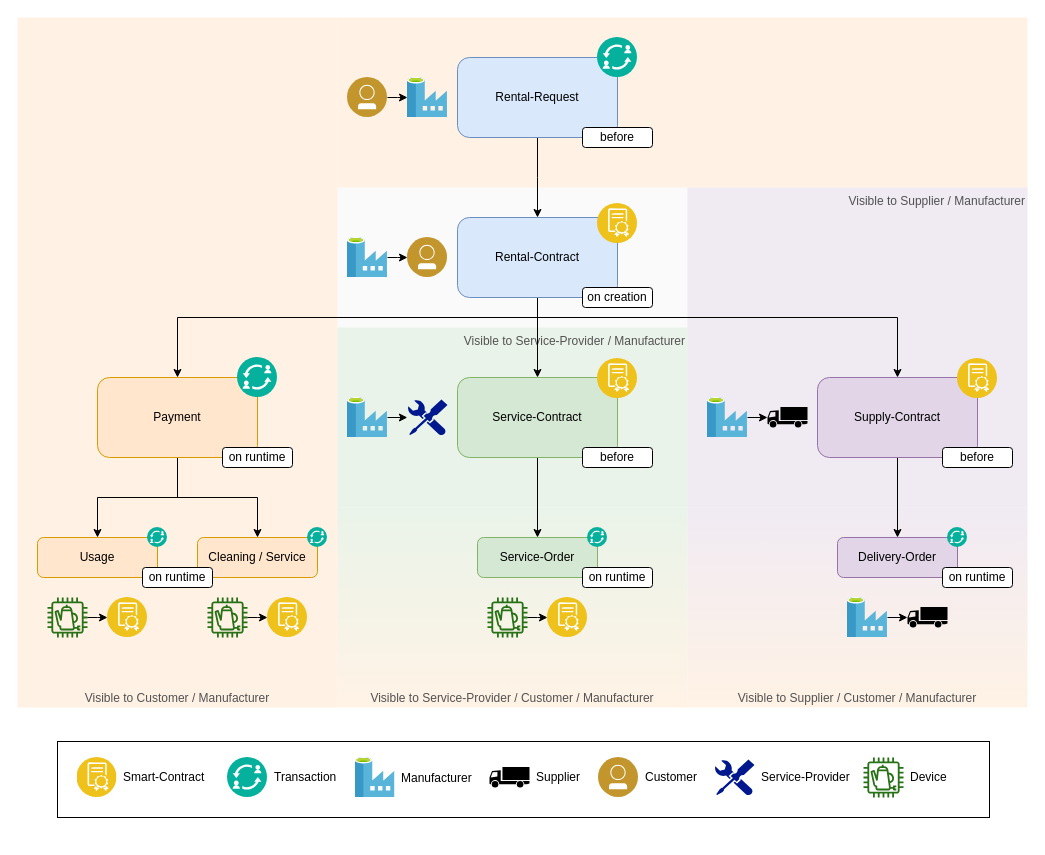
The draw.io diagram iot-usecase/requirements/Contract_Order.drawio in sebastian-kanz/thesis, before the edit. Source tidied: cells renumbered, new cells numbered last; positions are measured from the earlier drawing's top-left corner, leaving out a move shared by most shapes. Both pictures are drawn from the tidied source at 100%, with x=0, y=0 at pixel (17, 17).
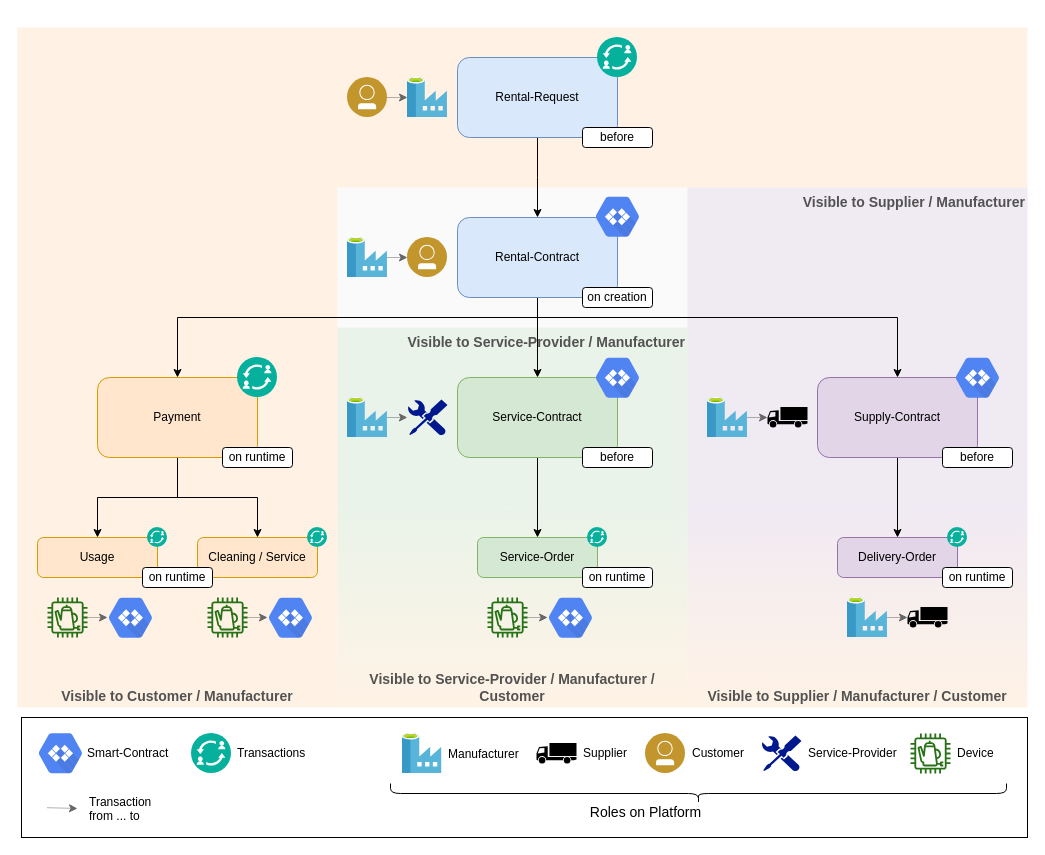
Above is the later version.

The change refers to these unchanged cells:
```xml
<mxCell id="44" style="outlineConnect=0;fontColor=#232F3E;gradientColor=none;fillColor=#277116;strokeColor=none;dashed=0;verticalLabelPosition=bottom;verticalAlign=top;align=center;html=1;fontSize=12;fontStyle=0;shape=mxgraph.aws4.coffee_pot;" parent="43" vertex="1">
  <mxGeometry width="40" height="40" as="geometry" />
</mxCell>
<mxCell id="48" style="outlineConnect=0;fontColor=#232F3E;gradientColor=none;fillColor=#277116;strokeColor=none;dashed=0;verticalLabelPosition=bottom;verticalAlign=top;align=center;html=1;fontSize=12;fontStyle=0;shape=mxgraph.aws4.coffee_pot;" parent="47" vertex="1">
  <mxGeometry width="40" height="40" as="geometry" />
</mxCell>
<mxCell id="51" style="group;" parent="1" vertex="1">
  <mxGeometry x="330" y="60" width="100" height="40" as="geometry" />
</mxCell>
<mxCell id="52" style="html=1;points=[];align=center;image;fontSize=12;image=img/lib/mscae/Data_Factory.svg;" parent="51" vertex="1">
  <mxGeometry x="60" width="40" height="40" as="geometry" />
</mxCell>
<mxCell id="54" style="perimeter=ellipsePerimeter;html=1;align=center;shadow=0;dashed=0;fontColor=#4277BB;labelBackgroundColor=#ffffff;fontSize=12;spacingTop=3;image;image=img/lib/ibm/users/user.svg;" parent="51" vertex="1">
  <mxGeometry width="40" height="40" as="geometry" />
</mxCell>
<mxCell id="55" style="group;" parent="1" vertex="1">
  <mxGeometry x="330" y="220" width="100" height="40" as="geometry" />
</mxCell>
<mxCell id="56" style="perimeter=ellipsePerimeter;html=1;align=center;shadow=0;dashed=0;fontColor=#4277BB;labelBackgroundColor=#ffffff;fontSize=12;spacingTop=3;image;image=img/lib/ibm/users/user.svg;" parent="55" vertex="1">
  <mxGeometry x="60" width="40" height="40" as="geometry" />
</mxCell>
<mxCell id="58" style="html=1;points=[];align=center;image;fontSize=12;image=img/lib/mscae/Data_Factory.svg;" parent="55" vertex="1">
  <mxGeometry width="40" height="40" as="geometry" />
</mxCell>
<mxCell id="59" style="group;" parent="1" vertex="1">
  <mxGeometry x="330" y="380" width="100" height="40" as="geometry" />
</mxCell>
<mxCell id="61" style="html=1;points=[];align=center;image;fontSize=12;image=img/lib/mscae/Data_Factory.svg;" parent="59" vertex="1">
  <mxGeometry width="40" height="40" as="geometry" />
</mxCell>
<mxCell id="63" style="group;" parent="1" vertex="1">
  <mxGeometry x="690" y="380" width="100" height="40" as="geometry" />
</mxCell>
<mxCell id="64" style="shape=mxgraph.signs.transportation.truck_1;html=1;fillColor=#000000;strokeColor=none;verticalLabelPosition=bottom;verticalAlign=top;align=center;" parent="63" vertex="1">
  <mxGeometry x="60" y="9.5" width="40" height="20.6" as="geometry" />
</mxCell>
<mxCell id="66" style="html=1;points=[];align=center;image;fontSize=12;image=img/lib/mscae/Data_Factory.svg;" parent="63" vertex="1">
  <mxGeometry width="40" height="40" as="geometry" />
</mxCell>
<mxCell id="67" style="group;" parent="1" vertex="1">
  <mxGeometry x="830" y="580" width="100" height="40" as="geometry" />
</mxCell>
<mxCell id="68" style="shape=mxgraph.signs.transportation.truck_1;html=1;fillColor=#000000;strokeColor=none;verticalLabelPosition=bottom;verticalAlign=top;align=center;" parent="67" vertex="1">
  <mxGeometry x="60" y="9.5" width="40" height="20.6" as="geometry" />
</mxCell>
<mxCell id="70" style="html=1;points=[];align=center;image;fontSize=12;image=img/lib/mscae/Data_Factory.svg;" parent="67" vertex="1">
  <mxGeometry width="40" height="40" as="geometry" />
</mxCell>
<mxCell id="72" style="outlineConnect=0;fontColor=#232F3E;gradientColor=none;fillColor=#277116;strokeColor=none;dashed=0;verticalLabelPosition=bottom;verticalAlign=top;align=center;html=1;fontSize=12;fontStyle=0;shape=mxgraph.aws4.coffee_pot;" parent="71" vertex="1">
  <mxGeometry width="40" height="40" as="geometry" />
</mxCell>
```

Change to the diagram source:
```diff
@@
-    <mxCell id="2" value="Visible to Supplier / Customer / Manufacturer" style="rounded=0;whiteSpace=wrap;html=1;strokeColor=none;fillColor=#E1D5E7;opacity=50;align=center;verticalAlign=bottom;fontColor=#525252;gradientColor=#FFE6CC;gradientDirection=south;" parent="1" vertex="1">
+    <mxCell id="2" value="Visible to Supplier / Manufacturer&amp;nbsp;/ Customer" style="rounded=0;whiteSpace=wrap;html=1;strokeColor=none;fillColor=#E1D5E7;opacity=50;align=center;verticalAlign=bottom;fontColor=#525252;gradientColor=#FFE6CC;gradientDirection=south;fontSize=14;fontStyle=1;" parent="1" vertex="1">
       <mxGeometry x="670" y="490" width="340" height="200" as="geometry" />
     </mxCell>
-    <mxCell id="3" value="Visible to Service-Provider / Customer / Manufacturer" style="rounded=0;whiteSpace=wrap;html=1;strokeColor=none;fillColor=#D5E8D4;opacity=50;align=center;verticalAlign=bottom;fontColor=#525252;gradientColor=#FFE6CC;gradientDirection=south;" parent="1" vertex="1">
+    <mxCell id="3" value="Visible to Service-Provider / Manufacturer&amp;nbsp;/ Customer" style="rounded=0;whiteSpace=wrap;html=1;strokeColor=none;fillColor=#D5E8D4;opacity=50;align=center;verticalAlign=bottom;fontColor=#525252;gradientColor=#FFE6CC;gradientDirection=south;fontSize=14;fontStyle=1;" parent="1" vertex="1">
       <mxGeometry x="320" y="490" width="350" height="200" as="geometry" />
     </mxCell>
@@
-    <mxCell id="5" value="Visible to Service-Provider / Manufacturer" style="rounded=0;whiteSpace=wrap;html=1;strokeColor=none;fillColor=#D5E8D4;opacity=50;verticalAlign=top;align=right;fontColor=#525252;gradientColor=none;" parent="1" vertex="1">
+    <mxCell id="5" value="Visible to Service-Provider / Manufacturer" style="rounded=0;whiteSpace=wrap;html=1;strokeColor=none;fillColor=#D5E8D4;opacity=50;verticalAlign=top;align=right;fontColor=#525252;gradientColor=none;fontSize=14;fontStyle=1;" parent="1" vertex="1">
       <mxGeometry x="320" y="310" width="350" height="180" as="geometry" />
     </mxCell>
-    <mxCell id="6" value="Visible to Supplier / Manufacturer" style="rounded=0;whiteSpace=wrap;html=1;strokeColor=none;fillColor=#E1D5E7;opacity=50;align=right;verticalAlign=top;fontColor=#525252;" parent="1" vertex="1">
+    <mxCell id="6" value="Visible to Supplier / Manufacturer" style="rounded=0;whiteSpace=wrap;html=1;strokeColor=none;fillColor=#E1D5E7;opacity=50;align=right;verticalAlign=top;fontColor=#525252;fontSize=14;fontStyle=1;" parent="1" vertex="1">
       <mxGeometry x="670" y="170" width="340" height="320" as="geometry" />
     </mxCell>
     <mxCell id="7" style="rounded=0;whiteSpace=wrap;html=1;strokeColor=none;fillColor=#FFE6CC;opacity=50;" parent="1" vertex="1">
-      <mxGeometry x="320" width="690" height="170" as="geometry" />
+      <mxGeometry x="320" y="10" width="690" height="160" as="geometry" />
     </mxCell>
-    <mxCell id="8" value="Visible to Customer / Manufacturer" style="rounded=0;whiteSpace=wrap;html=1;strokeColor=none;fillColor=#FFE6CC;opacity=50;verticalAlign=bottom;align=center;fontColor=#525252;" parent="1" vertex="1">
-      <mxGeometry width="320" height="690" as="geometry" />
+    <mxCell id="8" value="Visible to Customer / Manufacturer" style="rounded=0;whiteSpace=wrap;html=1;strokeColor=none;fillColor=#FFE6CC;opacity=50;verticalAlign=bottom;align=center;fontColor=#525252;fontSize=14;fontStyle=1;" parent="1" vertex="1">
+      <mxGeometry y="10" width="320" height="680" as="geometry" />
     </mxCell>
@@
-    <mxCell id="27" style="perimeter=ellipsePerimeter;html=1;align=center;shadow=0;dashed=0;fontColor=#4277BB;labelBackgroundColor=#ffffff;fontSize=12;spacingTop=3;image;image=img/lib/ibm/blockchain/smart_contract.svg;" parent="1" vertex="1">
-      <mxGeometry x="580" y="186" width="40" height="40" as="geometry" />
-    </mxCell>
-    <mxCell id="28" style="perimeter=ellipsePerimeter;html=1;align=center;shadow=0;dashed=0;fontColor=#4277BB;labelBackgroundColor=#ffffff;fontSize=12;spacingTop=3;image;image=img/lib/ibm/blockchain/smart_contract.svg;" parent="1" vertex="1">
-      <mxGeometry x="580" y="341" width="40" height="40" as="geometry" />
-    </mxCell>
-    <mxCell id="29" style="perimeter=ellipsePerimeter;html=1;align=center;shadow=0;dashed=0;fontColor=#4277BB;labelBackgroundColor=#ffffff;fontSize=12;spacingTop=3;image;image=img/lib/ibm/blockchain/smart_contract.svg;" parent="1" vertex="1">
-      <mxGeometry x="940" y="341" width="40" height="40" as="geometry" />
-    </mxCell>
@@
     <mxCell id="43" style="group;" parent="1" vertex="1">
-      <mxGeometry x="190" y="580" width="100" height="40" as="geometry" />
+      <mxGeometry x="190" y="580" width="100" height="48.5" as="geometry" />
     </mxCell>
@@
-    <mxCell id="45" style="perimeter=ellipsePerimeter;html=1;align=center;shadow=0;dashed=0;fontColor=#4277BB;labelBackgroundColor=#ffffff;fontSize=12;spacingTop=3;image;image=img/lib/ibm/blockchain/smart_contract.svg;" parent="43" vertex="1">
-      <mxGeometry x="60" width="40" height="40" as="geometry" />
-    </mxCell>
-    <mxCell id="46" style="edgeStyle=elbowEdgeStyle;rounded=0;jettySize=auto;elbow=vertical;html=1;entryX=0;entryY=0.5;entryDx=0;entryDy=0;" parent="43" edge="1" source="44" target="45">
-      <mxGeometry relative="1" as="geometry" />
+    <mxCell id="46" style="edgeStyle=elbowEdgeStyle;rounded=0;jettySize=auto;elbow=vertical;html=1;entryX=0;entryY=0.5;entryDx=0;entryDy=0;fillColor=#f5f5f5;strokeColor=#666666;dashed=1;dashPattern=1 1;" parent="43" edge="1" source="44">
+      <mxGeometry relative="1" as="geometry">
+        <mxPoint x="60" y="20" as="targetPoint" />
+      </mxGeometry>
     </mxCell>
+    <mxCell id="98" style="html=1;fillColor=#5184F3;strokeColor=none;verticalAlign=top;labelPosition=center;verticalLabelPosition=bottom;align=center;spacingTop=-6;fontSize=11;fontStyle=1;fontColor=#999999;shape=mxgraph.gcp2.hexIcon;prIcon=cloud_code;" parent="43" vertex="1">
+      <mxGeometry x="50" y="-9" width="66" height="58.5" as="geometry" />
+    </mxCell>
     <mxCell id="47" style="group;" parent="1" vertex="1">
-      <mxGeometry x="470" y="580" width="100" height="40" as="geometry" />
+      <mxGeometry x="470" y="580" width="100" height="48.5" as="geometry" />
     </mxCell>
@@
-    <mxCell id="49" style="perimeter=ellipsePerimeter;html=1;align=center;shadow=0;dashed=0;fontColor=#4277BB;labelBackgroundColor=#ffffff;fontSize=12;spacingTop=3;image;image=img/lib/ibm/blockchain/smart_contract.svg;" parent="47" vertex="1">
-      <mxGeometry x="60" width="40" height="40" as="geometry" />
-    </mxCell>
-    <mxCell id="50" style="edgeStyle=elbowEdgeStyle;rounded=0;jettySize=auto;elbow=vertical;html=1;entryX=0;entryY=0.5;entryDx=0;entryDy=0;" parent="47" edge="1" source="48" target="49">
-      <mxGeometry relative="1" as="geometry" />
+    <mxCell id="50" style="edgeStyle=elbowEdgeStyle;rounded=0;jettySize=auto;elbow=vertical;html=1;entryX=0;entryY=0.5;entryDx=0;entryDy=0;fillColor=#f5f5f5;strokeColor=#666666;dashed=1;dashPattern=1 1;" parent="47" edge="1" source="48">
+      <mxGeometry relative="1" as="geometry">
+        <mxPoint x="60.1" y="20" as="targetPoint" />
+      </mxGeometry>
     </mxCell>
+    <mxCell id="99" style="html=1;fillColor=#5184F3;strokeColor=none;verticalAlign=top;labelPosition=center;verticalLabelPosition=bottom;align=center;spacingTop=-6;fontSize=11;fontStyle=1;fontColor=#999999;shape=mxgraph.gcp2.hexIcon;prIcon=cloud_code;" parent="47" vertex="1">
+      <mxGeometry x="50" y="-9" width="66" height="58.5" as="geometry" />
+    </mxCell>
@@
-    <mxCell id="53" style="edgeStyle=elbowEdgeStyle;rounded=0;jettySize=auto;elbow=vertical;html=1;" parent="51" edge="1" source="54" target="52">
+    <mxCell id="53" style="edgeStyle=elbowEdgeStyle;rounded=0;jettySize=auto;elbow=vertical;html=1;fillColor=#f5f5f5;strokeColor=#666666;dashed=1;dashPattern=1 1;" parent="51" edge="1" source="54" target="52">
       <mxGeometry relative="1" as="geometry" />
     </mxCell>
@@
-    <mxCell id="57" style="edgeStyle=elbowEdgeStyle;rounded=0;jettySize=auto;elbow=vertical;html=1;entryX=0;entryY=0.5;entryDx=0;entryDy=0;" parent="55" edge="1" source="58" target="56">
+    <mxCell id="57" style="edgeStyle=elbowEdgeStyle;rounded=0;jettySize=auto;elbow=vertical;html=1;entryX=0;entryY=0.5;entryDx=0;entryDy=0;fillColor=#f5f5f5;strokeColor=#666666;dashed=1;dashPattern=1 1;" parent="55" edge="1" source="58" target="56">
       <mxGeometry relative="1" as="geometry" />
     </mxCell>
@@
-    <mxCell id="60" style="edgeStyle=elbowEdgeStyle;rounded=0;jettySize=auto;elbow=vertical;html=1;entryX=0;entryY=0.5;entryDx=0;entryDy=0;" parent="59" edge="1" source="61">
+    <mxCell id="60" style="edgeStyle=elbowEdgeStyle;rounded=0;jettySize=auto;elbow=vertical;html=1;entryX=0;entryY=0.5;entryDx=0;entryDy=0;fillColor=#f5f5f5;strokeColor=#666666;dashed=1;dashPattern=1 1;" parent="59" edge="1" source="61">
       <mxGeometry relative="1" as="geometry">
         <mxPoint x="59.9" y="20.3" as="targetPoint" />
         <Array as="points">
           <mxPoint x="50" y="20" />
         </Array>
       </mxGeometry>
     </mxCell>
@@
-    <mxCell id="65" style="edgeStyle=elbowEdgeStyle;rounded=0;jettySize=auto;elbow=vertical;html=1;entryX=0;entryY=0.5;entryDx=0;entryDy=0;entryPerimeter=0;" parent="63" edge="1" source="66" target="64">
+    <mxCell id="65" style="edgeStyle=elbowEdgeStyle;rounded=0;jettySize=auto;elbow=vertical;html=1;entryX=0;entryY=0.5;entryDx=0;entryDy=0;entryPerimeter=0;fillColor=#f5f5f5;strokeColor=#666666;dashed=1;dashPattern=1 1;" parent="63" edge="1" source="66" target="64">
       <mxGeometry relative="1" as="geometry">
         <Array as="points">
           <mxPoint x="50" y="20" />
         </Array>
       </mxGeometry>
     </mxCell>
@@
-    <mxCell id="69" style="edgeStyle=elbowEdgeStyle;rounded=0;jettySize=auto;elbow=vertical;html=1;entryX=0;entryY=0.5;entryDx=0;entryDy=0;entryPerimeter=0;" parent="67" edge="1" source="70" target="68">
+    <mxCell id="69" style="edgeStyle=elbowEdgeStyle;rounded=0;jettySize=auto;elbow=vertical;html=1;entryX=0;entryY=0.5;entryDx=0;entryDy=0;entryPerimeter=0;dashed=1;dashPattern=1 1;fillColor=#f5f5f5;strokeColor=#666666;" parent="67" edge="1" source="70" target="68">
       <mxGeometry relative="1" as="geometry">
         <Array as="points">
           <mxPoint x="50" y="20" />
         </Array>
       </mxGeometry>
     </mxCell>
@@
     <mxCell id="71" style="group;" parent="1" vertex="1">
-      <mxGeometry x="30" y="580" width="100" height="40" as="geometry" />
+      <mxGeometry x="30" y="580" width="100" height="48.5" as="geometry" />
     </mxCell>
@@
-    <mxCell id="73" style="perimeter=ellipsePerimeter;html=1;align=center;shadow=0;dashed=0;fontColor=#4277BB;labelBackgroundColor=#ffffff;fontSize=12;spacingTop=3;image;image=img/lib/ibm/blockchain/smart_contract.svg;" parent="71" vertex="1">
-      <mxGeometry x="60" width="40" height="40" as="geometry" />
-    </mxCell>
-    <mxCell id="74" style="edgeStyle=elbowEdgeStyle;rounded=0;jettySize=auto;elbow=vertical;html=1;entryX=0;entryY=0.5;entryDx=0;entryDy=0;" parent="71" edge="1" source="72" target="73">
-      <mxGeometry relative="1" as="geometry" />
+    <mxCell id="74" style="edgeStyle=elbowEdgeStyle;rounded=0;jettySize=auto;elbow=vertical;html=1;entryX=0;entryY=0.5;entryDx=0;entryDy=0;dashed=1;dashPattern=1 1;fillColor=#f5f5f5;strokeColor=#666666;" parent="71" edge="1" source="72">
+      <mxGeometry relative="1" as="geometry">
+        <mxPoint x="60" y="20" as="targetPoint" />
+      </mxGeometry>
     </mxCell>
-    <mxCell id="75" style="group;" parent="1" vertex="1">
-      <mxGeometry x="40" y="724" width="932" height="76" as="geometry" />
-    </mxCell>
+    <mxCell id="100" style="html=1;fillColor=#5184F3;strokeColor=none;verticalAlign=top;labelPosition=center;verticalLabelPosition=bottom;align=center;spacingTop=-6;fontSize=11;fontStyle=1;fontColor=#999999;shape=mxgraph.gcp2.hexIcon;prIcon=cloud_code;" parent="71" vertex="1">
+      <mxGeometry x="50" y="-9" width="66" height="58.5" as="geometry" />
+    </mxCell>
-    <mxCell id="76" style="rounded=0;whiteSpace=wrap;html=1;" parent="75" vertex="1">
-      <mxGeometry width="932" height="76" as="geometry" />
+    <mxCell id="76" style="rounded=0;whiteSpace=wrap;html=1;" parent="1" vertex="1">
+      <mxGeometry x="4" y="700" width="1006" height="120" as="geometry" />
     </mxCell>
-    <mxCell id="77" style="group;" parent="75" vertex="1">
-      <mxGeometry x="19.5" y="16" width="144.5" height="40" as="geometry" />
+    <mxCell id="77" style="group;" parent="1" vertex="1">
+      <mxGeometry x="23.5" y="716" width="144.5" height="49.5" as="geometry" />
     </mxCell>
-    <mxCell id="78" style="perimeter=ellipsePerimeter;html=1;align=center;shadow=0;dashed=0;fontColor=#4277BB;labelBackgroundColor=#ffffff;fontSize=12;spacingTop=3;image;image=img/lib/ibm/blockchain/smart_contract.svg;" parent="77" vertex="1">
-      <mxGeometry width="40" height="40" as="geometry" />
-    </mxCell>
@@
+    <mxCell id="101" style="html=1;fillColor=#5184F3;strokeColor=none;verticalAlign=top;labelPosition=center;verticalLabelPosition=bottom;align=center;spacingTop=-6;fontSize=11;fontStyle=1;fontColor=#999999;shape=mxgraph.gcp2.hexIcon;prIcon=cloud_code;" parent="77" vertex="1">
+      <mxGeometry x="-13.5" y="-9.5" width="66" height="58.5" as="geometry" />
+    </mxCell>
-    <mxCell id="80" style="group;" parent="75" vertex="1">
-      <mxGeometry x="170" y="16" width="124.5" height="40" as="geometry" />
+    <mxCell id="80" style="group;" parent="1" vertex="1">
+      <mxGeometry x="174" y="716" width="124.5" height="40" as="geometry" />
     </mxCell>
@@
-    <mxCell id="82" value="Transaction" style="text;html=1;align=left;verticalAlign=top;spacingTop=-4;" parent="80" vertex="1">
-      <mxGeometry x="44.5" y="10" width="80" height="20" as="geometry" />
+    <mxCell id="82" value="Transactions" style="text;html=1;align=left;verticalAlign=top;spacingTop=-4;" parent="80" vertex="1">
+      <mxGeometry x="43.5" y="10" width="80" height="20" as="geometry" />
     </mxCell>
-    <mxCell id="83" style="group;" parent="75" vertex="1">
-      <mxGeometry x="297.5" y="16" width="134.5" height="40" as="geometry" />
+    <mxCell id="83" style="group;" parent="1" vertex="1">
+      <mxGeometry x="384.5" y="716" width="134.5" height="40" as="geometry" />
     </mxCell>
@@
-    <mxCell id="86" style="group;" parent="75" vertex="1">
-      <mxGeometry x="432" y="25.5" width="104.5" height="20.6" as="geometry" />
+    <mxCell id="86" style="group;" parent="1" vertex="1">
+      <mxGeometry x="519" y="725.5" width="104.5" height="20.6" as="geometry" />
     </mxCell>
@@
-    <mxCell id="89" style="group;" parent="75" vertex="1">
-      <mxGeometry x="541" y="16" width="114.5" height="40" as="geometry" />
+    <mxCell id="89" style="group;" parent="1" vertex="1">
+      <mxGeometry x="628" y="716" width="114.5" height="40" as="geometry" />
     </mxCell>
@@
-    <mxCell id="92" style="group;" parent="75" vertex="1">
-      <mxGeometry x="657" y="18" width="144.5" height="36" as="geometry" />
+    <mxCell id="92" style="group;" parent="1" vertex="1">
+      <mxGeometry x="744" y="718" width="144.5" height="36" as="geometry" />
     </mxCell>
@@
-    <mxCell id="95" style="group;" parent="75" vertex="1">
-      <mxGeometry x="806" y="16" width="94.5" height="40" as="geometry" />
+    <mxCell id="95" style="group;" parent="1" vertex="1">
+      <mxGeometry x="893" y="716" width="94.5" height="40" as="geometry" />
     </mxCell>
@@
+    <mxCell id="102" style="html=1;fillColor=#5184F3;strokeColor=none;verticalAlign=top;labelPosition=center;verticalLabelPosition=bottom;align=center;spacingTop=-6;fontSize=11;fontStyle=1;fontColor=#999999;shape=mxgraph.gcp2.hexIcon;prIcon=cloud_code;" parent="1" vertex="1">
+      <mxGeometry x="567" y="170" width="66" height="58.5" as="geometry" />
+    </mxCell>
+    <mxCell id="103" style="html=1;fillColor=#5184F3;strokeColor=none;verticalAlign=top;labelPosition=center;verticalLabelPosition=bottom;align=center;spacingTop=-6;fontSize=11;fontStyle=1;fontColor=#999999;shape=mxgraph.gcp2.hexIcon;prIcon=cloud_code;" parent="1" vertex="1">
+      <mxGeometry x="567" y="331" width="66" height="58.5" as="geometry" />
+    </mxCell>
+    <mxCell id="104" style="html=1;fillColor=#5184F3;strokeColor=none;verticalAlign=top;labelPosition=center;verticalLabelPosition=bottom;align=center;spacingTop=-6;fontSize=11;fontStyle=1;fontColor=#999999;shape=mxgraph.gcp2.hexIcon;prIcon=cloud_code;" parent="1" vertex="1">
+      <mxGeometry x="927" y="331" width="66" height="58.5" as="geometry" />
+    </mxCell>
+    <mxCell id="105" style="edgeStyle=elbowEdgeStyle;rounded=0;orthogonalLoop=1;jettySize=auto;elbow=vertical;html=1;dashed=1;dashPattern=1 1;fillColor=#f5f5f5;strokeColor=#666666;" parent="1" edge="1">
+      <mxGeometry relative="1" as="geometry">
+        <mxPoint x="30" y="790.2" as="sourcePoint" />
+        <mxPoint x="60" y="791" as="targetPoint" />
+        <Array as="points">
+          <mxPoint x="50" y="791" />
+        </Array>
+      </mxGeometry>
+    </mxCell>
+    <mxCell id="106" style="group;" parent="1" vertex="1">
+      <mxGeometry x="23.5" y="770" width="144.5" height="49.5" as="geometry" />
+    </mxCell>
+    <mxCell id="107" value="Transaction&lt;br&gt;from ... to" style="text;html=1;align=left;verticalAlign=top;spacingTop=-4;" parent="106" vertex="1">
+      <mxGeometry x="46.5" y="5" width="80" height="30" as="geometry" />
+    </mxCell>
+    <mxCell id="108" style="shape=curlyBracket;whiteSpace=wrap;html=1;rounded=1;fontSize=14;rotation=-90;" parent="1" vertex="1">
+      <mxGeometry x="671" y="468" width="20" height="616" as="geometry" />
+    </mxCell>
+    <mxCell id="109" value="Roles on Platform" style="text;html=1;align=center;verticalAlign=middle;fontSize=14;" parent="1" vertex="1">
+      <mxGeometry x="563" y="785" width="130" height="20" as="geometry" />
+    </mxCell>
```
